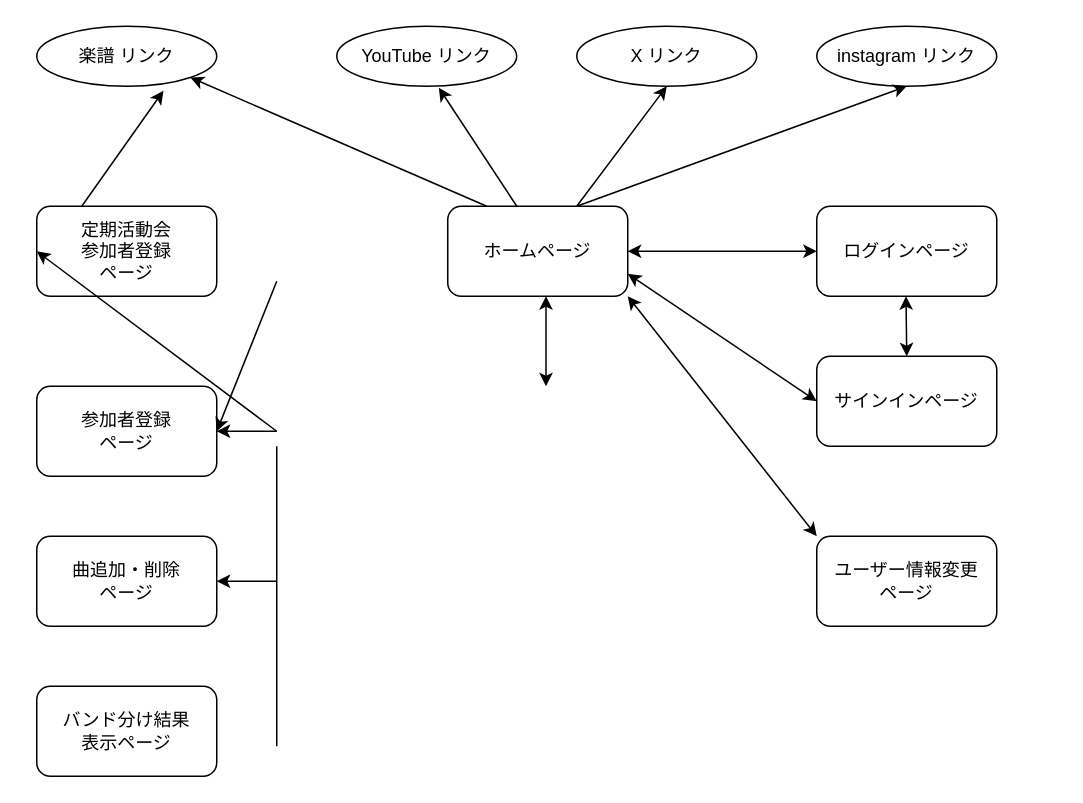
Above: diagram.drawio in KITASHA/SQU-App (draw.io), before the change. Source tidied: cells renumbered, new cells numbered last; positions are measured from the earlier drawing's top-left corner, leaving out a move shared by most shapes. Both pictures are drawn from the tidied source at 150%, with x=0, y=0 at pixel (36, 26).
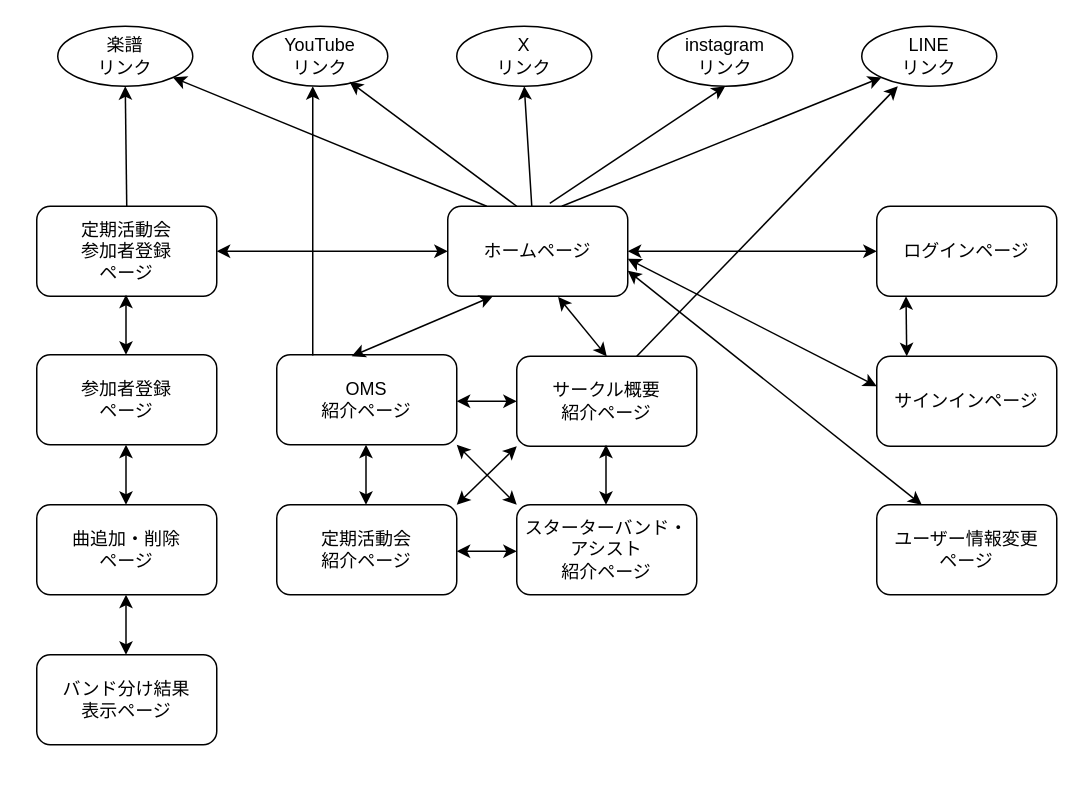
The same page after the edit.

Unchanged cells that the change refers to:
```xml
<mxCell id="2" value="ホームページ" style="rounded=1;whiteSpace=wrap;html=1;" parent="1" vertex="1">
  <mxGeometry x="274" y="120" width="120" height="60" as="geometry" />
</mxCell>
<mxCell id="9" value="定期活動会&lt;br&gt;参加者登録&lt;br&gt;ページ" style="rounded=1;whiteSpace=wrap;html=1;" parent="1" vertex="1">
  <mxGeometry y="120" width="120" height="60" as="geometry" />
</mxCell>
```

Diff of the diagram source:
```diff
@@
-    <mxCell id="3" value="X リンク" style="ellipse;whiteSpace=wrap;html=1;" parent="1" vertex="1">
-      <mxGeometry x="360" width="120" height="40" as="geometry" />
+    <mxCell id="3" value="X&lt;br&gt;リンク" style="ellipse;whiteSpace=wrap;html=1;" parent="1" vertex="1">
+      <mxGeometry x="280" width="90" height="40" as="geometry" />
     </mxCell>
-    <mxCell id="4" value="instagram リンク" style="ellipse;whiteSpace=wrap;html=1;" parent="1" vertex="1">
-      <mxGeometry x="520" width="120" height="40" as="geometry" />
+    <mxCell id="4" value="instagram&lt;br&gt;リンク" style="ellipse;whiteSpace=wrap;html=1;" parent="1" vertex="1">
+      <mxGeometry x="414" width="90" height="40" as="geometry" />
     </mxCell>
-    <mxCell id="5" value="YouTube リンク" style="ellipse;whiteSpace=wrap;html=1;" parent="1" vertex="1">
-      <mxGeometry x="200" width="120" height="40" as="geometry" />
+    <mxCell id="5" value="YouTube &lt;br&gt;リンク" style="ellipse;whiteSpace=wrap;html=1;" parent="1" vertex="1">
+      <mxGeometry x="144" width="90" height="40" as="geometry" />
     </mxCell>
     <mxCell id="6" value="ログインページ" style="rounded=1;whiteSpace=wrap;html=1;" parent="1" vertex="1">
-      <mxGeometry x="520" y="120" width="120" height="60" as="geometry" />
+      <mxGeometry x="560" y="120" width="120" height="60" as="geometry" />
     </mxCell>
     <mxCell id="7" value="サインインページ" style="rounded=1;whiteSpace=wrap;html=1;" parent="1" vertex="1">
-      <mxGeometry x="520" y="220" width="120" height="60" as="geometry" />
+      <mxGeometry x="560" y="220" width="120" height="60" as="geometry" />
     </mxCell>
     <mxCell id="8" value="ユーザー情報変更&lt;br&gt;ページ" style="rounded=1;whiteSpace=wrap;html=1;" parent="1" vertex="1">
-      <mxGeometry x="520" y="340" width="120" height="60" as="geometry" />
+      <mxGeometry x="560" y="319" width="120" height="60" as="geometry" />
     </mxCell>
@@
-    <mxCell id="10" value="楽譜 リンク" style="ellipse;whiteSpace=wrap;html=1;" parent="1" vertex="1">
-      <mxGeometry width="120" height="40" as="geometry" />
+    <mxCell id="10" value="楽譜&lt;br&gt;リンク" style="ellipse;whiteSpace=wrap;html=1;" parent="1" vertex="1">
+      <mxGeometry x="14" width="90" height="40" as="geometry" />
     </mxCell>
     <mxCell id="11" value="参加者登録&lt;br&gt;ページ" style="rounded=1;whiteSpace=wrap;html=1;" parent="1" vertex="1">
-      <mxGeometry y="240" width="120" height="60" as="geometry" />
+      <mxGeometry y="219" width="120" height="60" as="geometry" />
     </mxCell>
     <mxCell id="12" value="曲追加・削除&lt;br&gt;ページ" style="rounded=1;whiteSpace=wrap;html=1;" parent="1" vertex="1">
-      <mxGeometry y="340" width="120" height="60" as="geometry" />
+      <mxGeometry y="319" width="120" height="60" as="geometry" />
     </mxCell>
     <mxCell id="13" value="バンド分け結果&lt;br&gt;表示ページ" style="rounded=1;whiteSpace=wrap;html=1;" parent="1" vertex="1">
-      <mxGeometry y="440" width="120" height="60" as="geometry" />
+      <mxGeometry y="419" width="120" height="60" as="geometry" />
     </mxCell>
-    <mxCell id="14" style="endArrow=classic;html=1;entryX=0.5;entryY=1;entryDx=0;entryDy=0;" parent="1" edge="1" target="4">
-      <mxGeometry relative="1" as="geometry">
-        <mxPoint x="360" y="120" as="sourcePoint" />
-      </mxGeometry>
+    <mxCell id="14" style="endArrow=classic;html=1;entryX=0.5;entryY=1;entryDx=0;entryDy=0;exitX=0.567;exitY=-0.033;exitDx=0;exitDy=0;exitPerimeter=0;" parent="1" edge="1" source="2" target="4">
+      <mxGeometry relative="1" as="geometry" />
     </mxCell>
-    <mxCell id="15" style="endArrow=classic;html=1;" parent="1" edge="1">
+    <mxCell id="15" style="endArrow=classic;html=1;entryX=0.5;entryY=1;entryDx=0;entryDy=0;" parent="1" edge="1" target="3">
       <mxGeometry relative="1" as="geometry">
-        <mxPoint x="360" y="120" as="sourcePoint" />
-        <mxPoint x="420" y="40" as="targetPoint" />
+        <mxPoint x="330" y="120" as="sourcePoint" />
       </mxGeometry>
     </mxCell>
-    <mxCell id="16" style="endArrow=classic;html=1;entryX=0.567;entryY=1.025;entryDx=0;entryDy=0;entryPerimeter=0;" parent="1" edge="1" target="5">
+    <mxCell id="16" style="endArrow=classic;html=1;entryX=0.717;entryY=0.925;entryDx=0;entryDy=0;entryPerimeter=0;" parent="1" edge="1" target="5">
       <mxGeometry relative="1" as="geometry">
         <mxPoint x="320" y="120" as="sourcePoint" />
       </mxGeometry>
     </mxCell>
@@
-    <mxCell id="20" style="endArrow=classic;startArrow=classic;html=1;" parent="1" edge="1">
-      <mxGeometry relative="1" as="geometry">
-        <mxPoint x="339.5" y="240" as="sourcePoint" />
-        <mxPoint x="339.5" y="180" as="targetPoint" />
-      </mxGeometry>
-    </mxCell>
-    <mxCell id="21" style="endArrow=none;html=1;" parent="1" edge="1">
-      <mxGeometry relative="1" as="geometry">
-        <mxPoint x="160" y="480" as="sourcePoint" />
-        <mxPoint x="160" y="280" as="targetPoint" />
-      </mxGeometry>
-    </mxCell>
-    <mxCell id="22" style="endArrow=classic;html=1;entryX=0;entryY=0.5;entryDx=0;entryDy=0;" parent="1" edge="1" target="9">
-      <mxGeometry relative="1" as="geometry">
-        <mxPoint x="160" y="270" as="sourcePoint" />
-      </mxGeometry>
-    </mxCell>
-    <mxCell id="23" style="endArrow=classic;html=1;entryX=1;entryY=0.5;entryDx=0;entryDy=0;" parent="1" edge="1" target="11">
-      <mxGeometry relative="1" as="geometry">
-        <mxPoint x="160" y="170" as="sourcePoint" />
-      </mxGeometry>
-    </mxCell>
-    <mxCell id="24" style="endArrow=classic;html=1;entryX=1;entryY=0.5;entryDx=0;entryDy=0;" parent="1" edge="1">
-      <mxGeometry relative="1" as="geometry">
-        <mxPoint x="160" y="370" as="sourcePoint" />
-        <mxPoint x="120" y="370" as="targetPoint" />
-      </mxGeometry>
-    </mxCell>
-    <mxCell id="25" style="endArrow=classic;html=1;entryX=1;entryY=0.5;entryDx=0;entryDy=0;" parent="1" edge="1">
-      <mxGeometry relative="1" as="geometry">
-        <mxPoint x="160" y="270" as="sourcePoint" />
-        <mxPoint x="120" y="270" as="targetPoint" />
-      </mxGeometry>
-    </mxCell>
-    <mxCell id="26" style="endArrow=classic;startArrow=classic;html=1;entryX=0;entryY=0;entryDx=0;entryDy=0;exitX=1;exitY=1;exitDx=0;exitDy=0;" parent="1" edge="1" source="2" target="8">
-      <mxGeometry relative="1" as="geometry" />
+    <mxCell id="26" style="endArrow=classic;startArrow=classic;html=1;entryX=0.25;entryY=0;entryDx=0;entryDy=0;exitX=1;exitY=1;exitDx=0;exitDy=0;" parent="1" edge="1" target="8">
+      <mxGeometry relative="1" as="geometry">
+        <mxPoint x="394" y="163" as="sourcePoint" />
+      </mxGeometry>
     </mxCell>
-    <mxCell id="27" style="endArrow=classic;startArrow=classic;html=1;exitX=1;exitY=0.75;exitDx=0;exitDy=0;entryX=0;entryY=0.5;entryDx=0;entryDy=0;" parent="1" edge="1" source="2" target="7">
-      <mxGeometry relative="1" as="geometry" />
+    <mxCell id="27" style="endArrow=classic;startArrow=classic;html=1;exitX=1;exitY=0.75;exitDx=0;exitDy=0;entryX=0;entryY=0.5;entryDx=0;entryDy=0;" parent="1" edge="1">
+      <mxGeometry relative="1" as="geometry">
+        <mxPoint x="394" y="155" as="sourcePoint" />
+        <mxPoint x="560" y="240" as="targetPoint" />
+      </mxGeometry>
     </mxCell>
-    <mxCell id="28" style="endArrow=classic;html=1;entryX=0.704;entryY=1.075;entryDx=0;entryDy=0;entryPerimeter=0;exitX=0.25;exitY=0;exitDx=0;exitDy=0;" parent="1" edge="1" source="9" target="10">
+    <mxCell id="28" style="endArrow=classic;html=1;entryX=0.5;entryY=1;entryDx=0;entryDy=0;exitX=0.5;exitY=0;exitDx=0;exitDy=0;" parent="1" edge="1" source="9" target="10">
       <mxGeometry relative="1" as="geometry" />
     </mxCell>
+    <mxCell id="29" value="LINE&lt;br&gt;リンク" style="ellipse;whiteSpace=wrap;html=1;" parent="1" vertex="1">
+      <mxGeometry x="550" width="90" height="40" as="geometry" />
+    </mxCell>
+    <mxCell id="30" style="endArrow=classic;startArrow=classic;html=1;" parent="1" edge="1">
+      <mxGeometry relative="1" as="geometry">
+        <mxPoint x="59.5" y="419" as="sourcePoint" />
+        <mxPoint x="59.5" y="379" as="targetPoint" />
+      </mxGeometry>
+    </mxCell>
+    <mxCell id="31" style="endArrow=classic;startArrow=classic;html=1;" parent="1" edge="1">
+      <mxGeometry relative="1" as="geometry">
+        <mxPoint x="59.5" y="319" as="sourcePoint" />
+        <mxPoint x="59.5" y="279" as="targetPoint" />
+      </mxGeometry>
+    </mxCell>
+    <mxCell id="32" style="endArrow=classic;startArrow=classic;html=1;" parent="1" edge="1">
+      <mxGeometry relative="1" as="geometry">
+        <mxPoint x="59.5" y="219" as="sourcePoint" />
+        <mxPoint x="59.5" y="179" as="targetPoint" />
+      </mxGeometry>
+    </mxCell>
+    <mxCell id="33" style="endArrow=classic;startArrow=classic;html=1;entryX=0;entryY=0.5;entryDx=0;entryDy=0;" parent="1" edge="1" target="2">
+      <mxGeometry relative="1" as="geometry">
+        <mxPoint x="120" y="150" as="sourcePoint" />
+      </mxGeometry>
+    </mxCell>
+    <mxCell id="34" value="OMS&lt;br&gt;紹介ページ" style="rounded=1;whiteSpace=wrap;html=1;" parent="1" vertex="1">
+      <mxGeometry x="160" y="219" width="120" height="60" as="geometry" />
+    </mxCell>
+    <mxCell id="35" value="サークル概要&lt;br&gt;紹介ページ" style="rounded=1;whiteSpace=wrap;html=1;" parent="1" vertex="1">
+      <mxGeometry x="320" y="220" width="120" height="60" as="geometry" />
+    </mxCell>
+    <mxCell id="36" style="endArrow=classic;startArrow=classic;html=1;entryX=0.25;entryY=1;entryDx=0;entryDy=0;" parent="1" edge="1" target="2">
+      <mxGeometry relative="1" as="geometry">
+        <mxPoint x="210" y="220" as="sourcePoint" />
+      </mxGeometry>
+    </mxCell>
+    <mxCell id="37" style="endArrow=classic;html=1;exitX=0.2;exitY=-0.042;exitDx=0;exitDy=0;exitPerimeter=0;" parent="1" edge="1">
+      <mxGeometry relative="1" as="geometry">
+        <mxPoint x="184" y="219.5" as="sourcePoint" />
+        <mxPoint x="184" y="40" as="targetPoint" />
+      </mxGeometry>
+    </mxCell>
+    <mxCell id="38" style="endArrow=classic;html=1;exitX=0.2;exitY=-0.042;exitDx=0;exitDy=0;exitPerimeter=0;entryX=0.267;entryY=1;entryDx=0;entryDy=0;entryPerimeter=0;" parent="1" edge="1" target="29">
+      <mxGeometry relative="1" as="geometry">
+        <mxPoint x="400" y="220" as="sourcePoint" />
+      </mxGeometry>
+    </mxCell>
+    <mxCell id="39" style="endArrow=classic;html=1;entryX=0;entryY=1;entryDx=0;entryDy=0;exitX=0.567;exitY=-0.033;exitDx=0;exitDy=0;exitPerimeter=0;" parent="1" edge="1" target="29">
+      <mxGeometry relative="1" as="geometry">
+        <mxPoint x="350" y="120" as="sourcePoint" />
+      </mxGeometry>
+    </mxCell>
+    <mxCell id="40" value="定期活動会&lt;br&gt;紹介ページ" style="rounded=1;whiteSpace=wrap;html=1;" parent="1" vertex="1">
+      <mxGeometry x="160" y="319" width="120" height="60" as="geometry" />
+    </mxCell>
+    <mxCell id="41" value="スターターバンド・アシスト&lt;br&gt;紹介ページ" style="rounded=1;whiteSpace=wrap;html=1;" parent="1" vertex="1">
+      <mxGeometry x="320" y="319" width="120" height="60" as="geometry" />
+    </mxCell>
+    <mxCell id="42" style="endArrow=classic;startArrow=classic;html=1;entryX=0.613;entryY=1.008;entryDx=0;entryDy=0;entryPerimeter=0;" parent="1" edge="1" target="2">
+      <mxGeometry relative="1" as="geometry">
+        <mxPoint x="380" y="220" as="sourcePoint" />
+      </mxGeometry>
+    </mxCell>
+    <mxCell id="43" style="endArrow=classic;startArrow=classic;html=1;" parent="1" edge="1">
+      <mxGeometry relative="1" as="geometry">
+        <mxPoint x="280" y="319" as="sourcePoint" />
+        <mxPoint x="320" y="280" as="targetPoint" />
+      </mxGeometry>
+    </mxCell>
+    <mxCell id="44" style="endArrow=classic;startArrow=classic;html=1;exitX=1;exitY=1;exitDx=0;exitDy=0;entryX=0;entryY=0;entryDx=0;entryDy=0;" parent="1" edge="1" source="34" target="41">
+      <mxGeometry relative="1" as="geometry" />
+    </mxCell>
+    <mxCell id="45" style="endArrow=classic;startArrow=classic;html=1;" parent="1" edge="1">
+      <mxGeometry relative="1" as="geometry">
+        <mxPoint x="219.5" y="319" as="sourcePoint" />
+        <mxPoint x="219.5" y="279" as="targetPoint" />
+      </mxGeometry>
+    </mxCell>
+    <mxCell id="46" style="endArrow=classic;startArrow=classic;html=1;" parent="1" edge="1">
+      <mxGeometry relative="1" as="geometry">
+        <mxPoint x="379.5" y="319" as="sourcePoint" />
+        <mxPoint x="379.5" y="279" as="targetPoint" />
+      </mxGeometry>
+    </mxCell>
+    <mxCell id="47" style="endArrow=classic;startArrow=classic;html=1;" parent="1" edge="1">
+      <mxGeometry relative="1" as="geometry">
+        <mxPoint x="280" y="350" as="sourcePoint" />
+        <mxPoint x="320" y="350" as="targetPoint" />
+      </mxGeometry>
+    </mxCell>
+    <mxCell id="48" style="endArrow=classic;startArrow=classic;html=1;" parent="1" edge="1">
+      <mxGeometry relative="1" as="geometry">
+        <mxPoint x="280" y="250" as="sourcePoint" />
+        <mxPoint x="320" y="250" as="targetPoint" />
+      </mxGeometry>
+    </mxCell>
```
